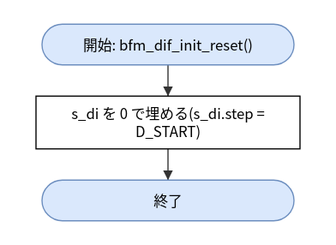
This is doc/spec/images/flow_src_bfm_dif-bfm_dif_init_reset.drawio.svg from hf355051012-ai/bfmem, a draw.io export, as it was before one commit. Source tidied: cells renumbered, new cells last; positions are measured from the earlier drawing's top-left corner, leaving out a move shared by most shapes.
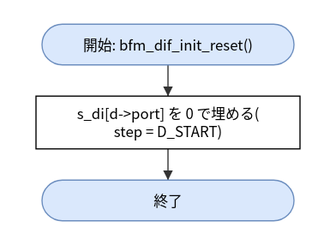
Later version of the same file.

What changed in the source:
```diff
@@ -5,7 +5,7 @@
     <mxCell id="2" value="開始: bfm_dif_init_reset()" style="rounded=1;arcSize=50;whiteSpace=wrap;html=1;fillColor=#dae8fc;strokeColor=#6c8ebf;" parent="1" vertex="1">
       <mxGeometry x="5" width="210" height="34" as="geometry" />
     </mxCell>
-    <mxCell id="3" value="s_di を 0 で埋める(s_di.step =&lt;br&gt;D_START)" style="rounded=0;whiteSpace=wrap;html=1;" parent="1" vertex="1">
+    <mxCell id="3" value="s_di[d-&amp;gt;port] を 0 で埋める(&lt;br&gt;step = D_START)" style="rounded=0;whiteSpace=wrap;html=1;" parent="1" vertex="1">
       <mxGeometry y="60" width="220" height="44" as="geometry" />
     </mxCell>
     <mxCell id="4" value="終了" style="rounded=1;arcSize=50;whiteSpace=wrap;html=1;fillColor=#dae8fc;strokeColor=#6c8ebf;" parent="1" vertex="1">
```
